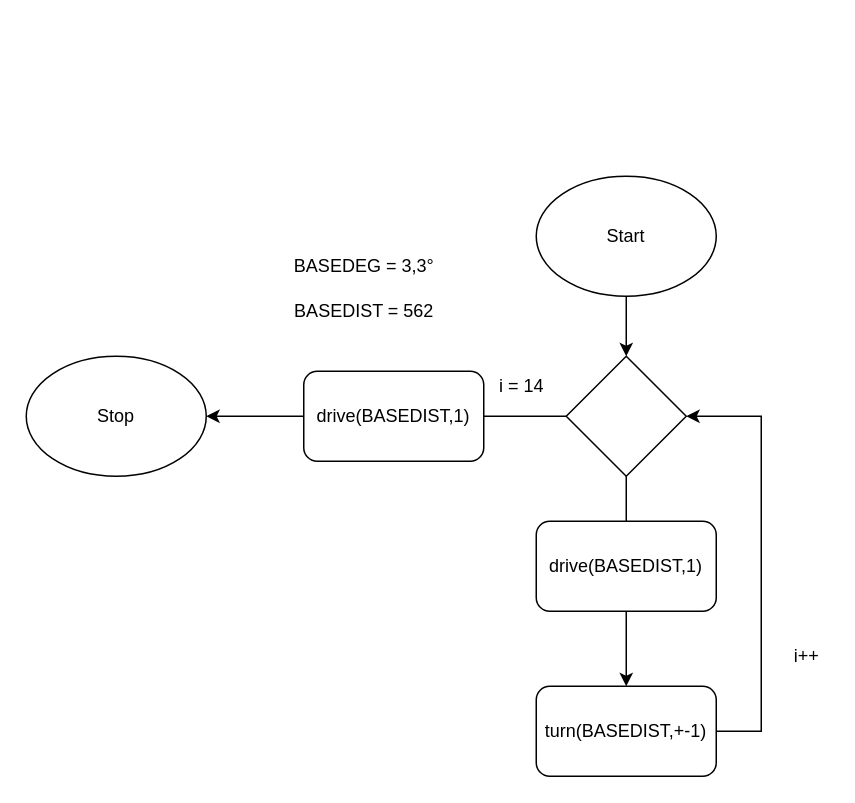
Above: verkefni2/verkefni2b.drawio in Davygod/ROBO2RG05AU-1 (draw.io), before the change. Source tidied: cells renumbered, new cells numbered last; positions are measured from the earlier drawing's top-left corner, leaving out a move shared by most shapes. Both pictures are drawn from the tidied source at 150%, with x=0, y=0 at pixel (26, 176).
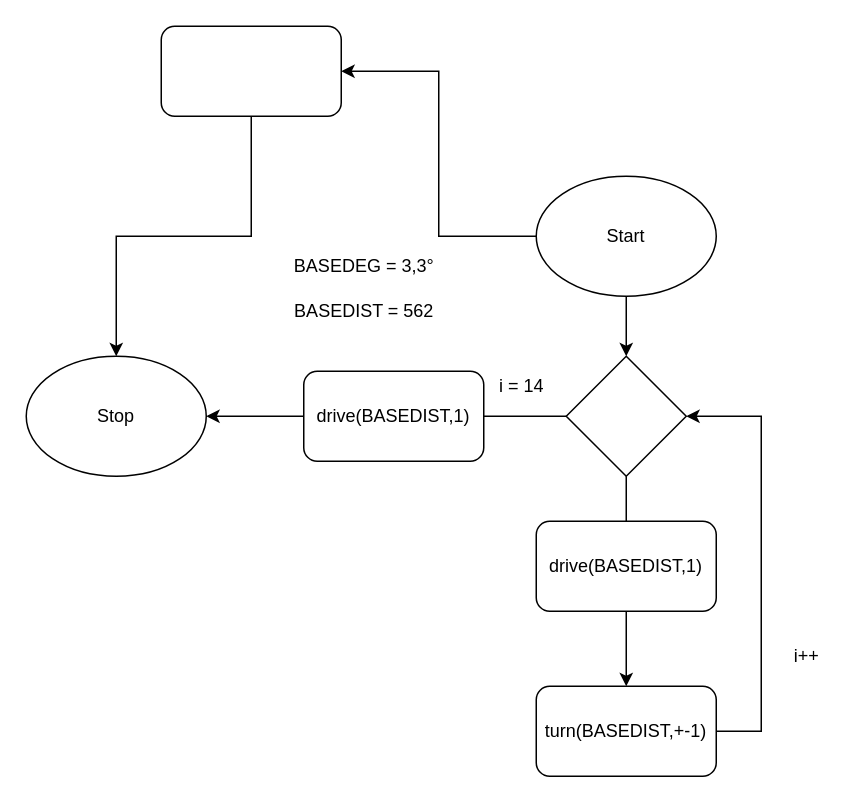
The same diagram, later.

Unchanged cells that the change refers to:
```xml
<mxCell id="3" value="Start" style="ellipse;whiteSpace=wrap;html=1;" parent="1" vertex="1">
  <mxGeometry x="340" width="120" height="80" as="geometry" />
</mxCell>
<mxCell id="12" value="Stop" style="ellipse;whiteSpace=wrap;html=1;" parent="1" vertex="1">
  <mxGeometry y="120" width="120" height="80" as="geometry" />
</mxCell>
<mxCell id="15" value="&lt;span&gt;drive(BASEDIST,1)&lt;/span&gt;" style="rounded=1;whiteSpace=wrap;html=1;" parent="1" vertex="1">
  <mxGeometry x="185" y="130" width="120" height="60" as="geometry" />
</mxCell>
```

What changed in the source:
```diff
@@
+    <mxCell id="17" style="edgeStyle=orthogonalEdgeStyle;rounded=0;jettySize=auto;html=1;entryX=1;entryY=0.5;entryDx=0;entryDy=0;" parent="1" edge="1" source="3" target="19">
+      <mxGeometry relative="1" as="geometry" />
+    </mxCell>
@@
-    <mxCell id="4" style="edgeStyle=orthogonalEdgeStyle;rounded=0;jettySize=auto;html=1;startArrow=none;" parent="1" edge="1" source="15" target="12">
-      <mxGeometry relative="1" as="geometry" />
+    <mxCell id="4" style="edgeStyle=orthogonalEdgeStyle;rounded=0;jettySize=auto;html=1;startArrow=none;" parent="1" edge="1" source="15">
+      <mxGeometry relative="1" as="geometry">
+        <mxPoint x="120" y="160" as="targetPoint" />
+      </mxGeometry>
     </mxCell>
@@
+    <mxCell id="18" style="edgeStyle=orthogonalEdgeStyle;rounded=0;jettySize=auto;html=1;entryX=0.5;entryY=0;entryDx=0;entryDy=0;" parent="1" edge="1" source="19">
+      <mxGeometry relative="1" as="geometry">
+        <mxPoint x="60" y="120" as="targetPoint" />
+        <Array as="points">
+          <mxPoint x="150" y="40" />
+          <mxPoint x="60" y="40" />
+        </Array>
+      </mxGeometry>
+    </mxCell>
+    <mxCell id="19" style="rounded=1;whiteSpace=wrap;html=1;" parent="1" vertex="1">
+      <mxGeometry x="90" y="-100" width="120" height="60" as="geometry" />
+    </mxCell>
```
